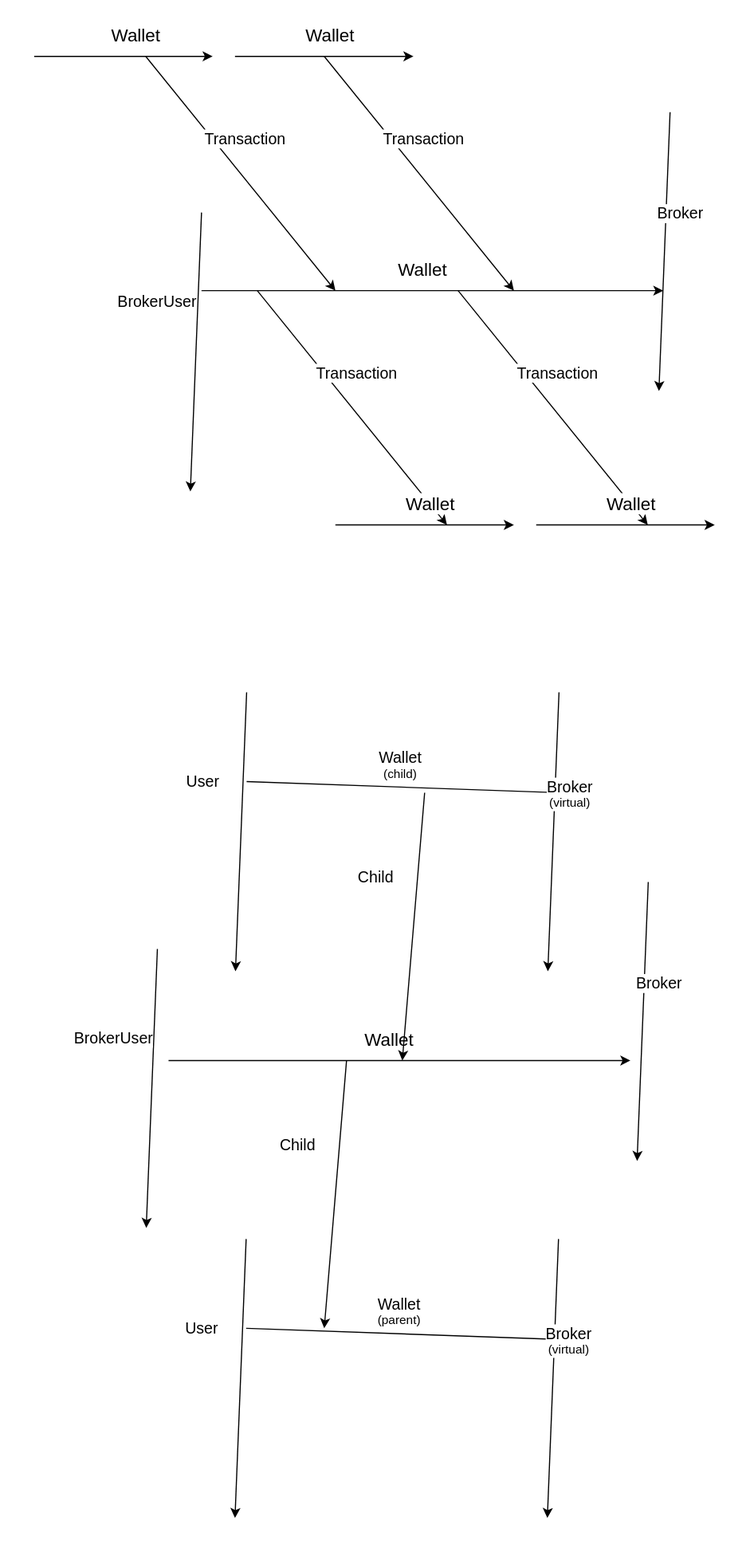
Above: src/wallet/Wallet.drawio.svg in suenot/deep-profitmaker (draw.io), before the change. Source tidied: cells renumbered, new cells last; positions are measured from the earlier drawing's top-left corner, leaving out a move shared by most shapes.
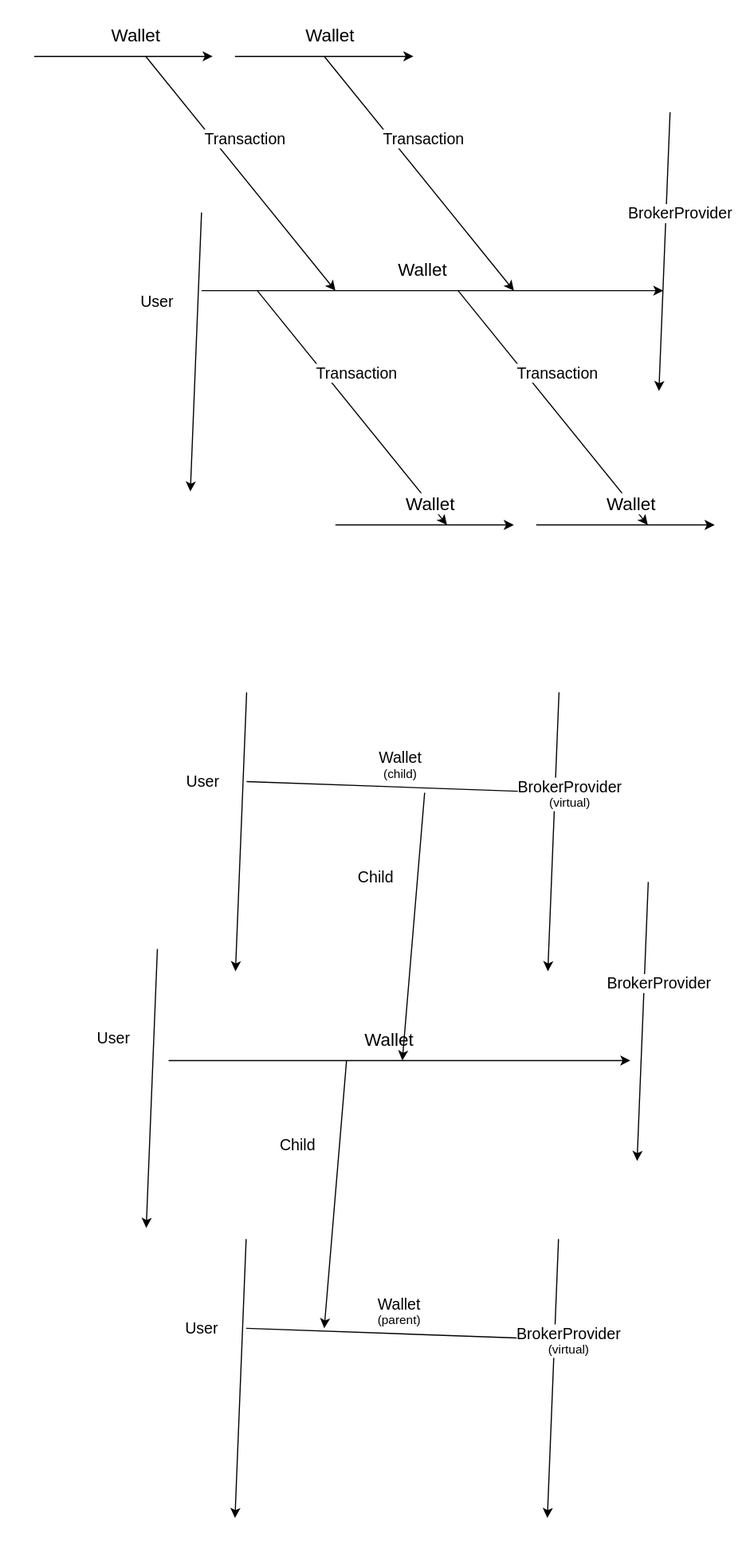
After the commit.

Commit message:
wallet: Broker to BrokerProvider

Change to the diagram source:
```diff
@@ -66,7 +66,7 @@
         <mxPoint x="170" y="440" as="targetPoint" />
       </mxGeometry>
     </mxCell>
-    <mxCell id="14" value="&lt;font&gt;&lt;span style=&quot;font-size: 14px&quot;&gt;BrokerUser&lt;/span&gt;&lt;br&gt;&lt;/font&gt;" style="edgeLabel;html=1;align=center;verticalAlign=middle;fontSize=11;" parent="13" vertex="1">
+    <mxCell id="14" value="&lt;font&gt;&lt;span style=&quot;font-size: 14px&quot;&gt;User&lt;/span&gt;&lt;br&gt;&lt;/font&gt;" style="edgeLabel;html=1;align=center;verticalAlign=middle;fontSize=11;" parent="13" vertex="1">
       <mxGeometry x="-0.11" relative="1" as="geometry">
         <mxPoint x="-36" y="-31" as="offset" />
       </mxGeometry>
@@ -77,7 +77,7 @@
         <mxPoint x="590" y="350" as="targetPoint" />
       </mxGeometry>
     </mxCell>
-    <mxCell id="16" value="&lt;font&gt;&lt;span style=&quot;font-size: 14px&quot;&gt;Broker&lt;/span&gt;&lt;br&gt;&lt;/font&gt;" style="edgeLabel;html=1;align=center;verticalAlign=middle;fontSize=11;" parent="15" vertex="1">
+    <mxCell id="16" value="&lt;font&gt;&lt;span style=&quot;font-size: 14px&quot;&gt;BrokerProvider&lt;/span&gt;&lt;br&gt;&lt;/font&gt;" style="edgeLabel;html=1;align=center;verticalAlign=middle;fontSize=11;" parent="15" vertex="1">
       <mxGeometry x="-0.11" relative="1" as="geometry">
         <mxPoint x="13" y="-20" as="offset" />
       </mxGeometry>
@@ -110,7 +110,7 @@
         <mxPoint x="130.4" y="1100" as="targetPoint" />
       </mxGeometry>
     </mxCell>
-    <mxCell id="22" value="&lt;font&gt;&lt;span style=&quot;font-size: 14px&quot;&gt;BrokerUser&lt;/span&gt;&lt;br&gt;&lt;/font&gt;" style="edgeLabel;html=1;align=center;verticalAlign=middle;fontSize=11;" parent="21" vertex="1">
+    <mxCell id="22" value="&lt;font&gt;&lt;span style=&quot;font-size: 14px&quot;&gt;User&lt;/span&gt;&lt;br&gt;&lt;/font&gt;" style="edgeLabel;html=1;align=center;verticalAlign=middle;fontSize=11;" parent="21" vertex="1">
       <mxGeometry x="-0.11" relative="1" as="geometry">
         <mxPoint x="-36" y="-31" as="offset" />
       </mxGeometry>
@@ -121,7 +121,7 @@
         <mxPoint x="570.4" y="1040" as="targetPoint" />
       </mxGeometry>
     </mxCell>
-    <mxCell id="24" value="&lt;font&gt;&lt;span style=&quot;font-size: 14px&quot;&gt;Broker&lt;/span&gt;&lt;br&gt;&lt;/font&gt;" style="edgeLabel;html=1;align=center;verticalAlign=middle;fontSize=11;" parent="23" vertex="1">
+    <mxCell id="24" value="&lt;font&gt;&lt;span style=&quot;font-size: 14px&quot;&gt;BrokerProvider&lt;/span&gt;&lt;br&gt;&lt;/font&gt;" style="edgeLabel;html=1;align=center;verticalAlign=middle;fontSize=11;" parent="23" vertex="1">
       <mxGeometry x="-0.11" relative="1" as="geometry">
         <mxPoint x="13" y="-20" as="offset" />
       </mxGeometry>
@@ -185,7 +185,7 @@
         <mxPoint x="490.4" y="870" as="targetPoint" />
       </mxGeometry>
     </mxCell>
-    <mxCell id="36" value="&lt;font&gt;&lt;span style=&quot;font-size: 14px&quot;&gt;Broker&lt;br&gt;&lt;/span&gt;(virtual)&lt;br&gt;&lt;/font&gt;" style="edgeLabel;html=1;align=center;verticalAlign=middle;fontSize=11;" parent="35" vertex="1">
+    <mxCell id="36" value="&lt;font&gt;&lt;span style=&quot;font-size: 14px&quot;&gt;BrokerProvider&lt;br&gt;&lt;/span&gt;(virtual)&lt;br&gt;&lt;/font&gt;" style="edgeLabel;html=1;align=center;verticalAlign=middle;fontSize=11;" parent="35" vertex="1">
       <mxGeometry x="-0.11" relative="1" as="geometry">
         <mxPoint x="13" y="-20" as="offset" />
       </mxGeometry>
@@ -218,7 +218,7 @@
         <mxPoint x="490" y="1360" as="targetPoint" />
       </mxGeometry>
     </mxCell>
-    <mxCell id="42" value="&lt;font&gt;&lt;span style=&quot;font-size: 14px&quot;&gt;Broker&lt;br&gt;&lt;/span&gt;(virtual)&lt;br&gt;&lt;/font&gt;" style="edgeLabel;html=1;align=center;verticalAlign=middle;fontSize=11;" parent="41" vertex="1">
+    <mxCell id="42" value="&lt;font&gt;&lt;span style=&quot;font-size: 14px&quot;&gt;BrokerProvider&lt;br&gt;&lt;/span&gt;(virtual)&lt;br&gt;&lt;/font&gt;" style="edgeLabel;html=1;align=center;verticalAlign=middle;fontSize=11;" parent="41" vertex="1">
       <mxGeometry x="-0.11" relative="1" as="geometry">
         <mxPoint x="13" y="-20" as="offset" />
       </mxGeometry>
```
